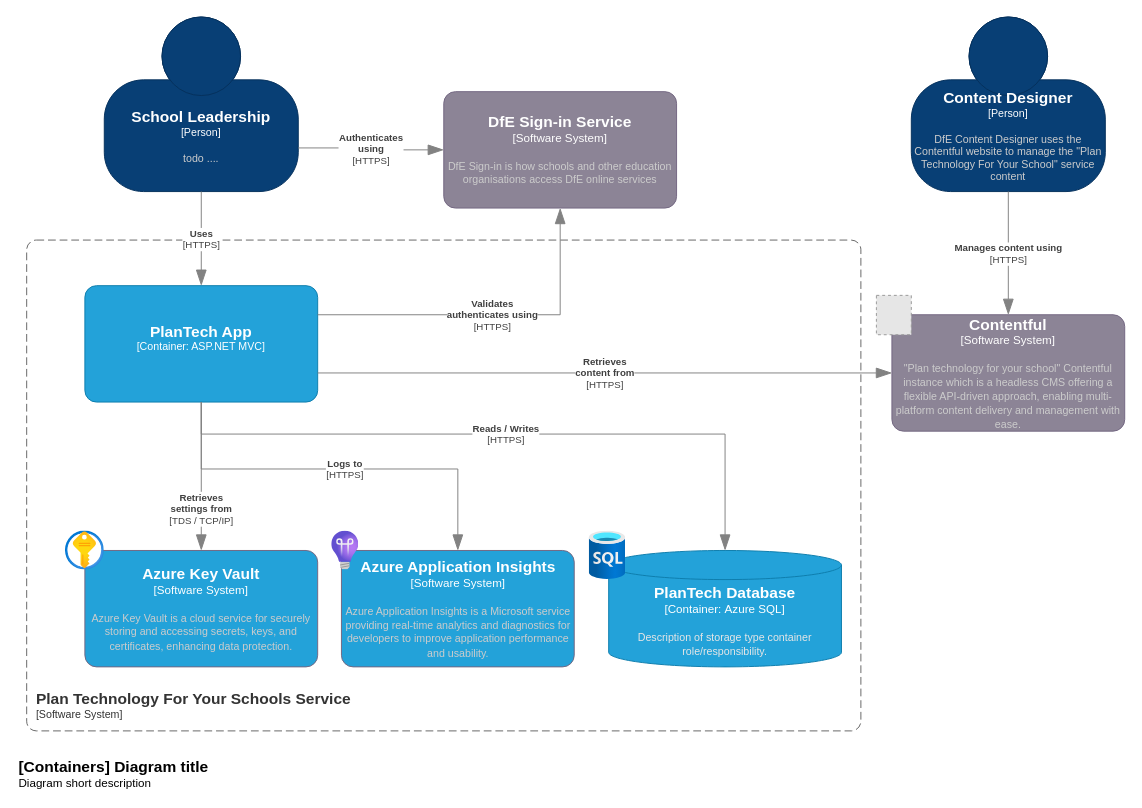
Earlier version of the draw.io diagram page "container-diagram" (2 of 3) of docs/diagrams/c4-model.drawio (DFE-Digital/sts-plan-technology-for-your-school). Source tidied: cells renumbered, new cells numbered last; positions are measured from the earlier drawing's top-left corner, leaving out a move shared by most shapes. Both pictures are drawn from the tidied source at 97%, with x=0, y=0 at pixel (16, 16). Pictures stored in the file or linked from it are replaced by grey dashed boxes.
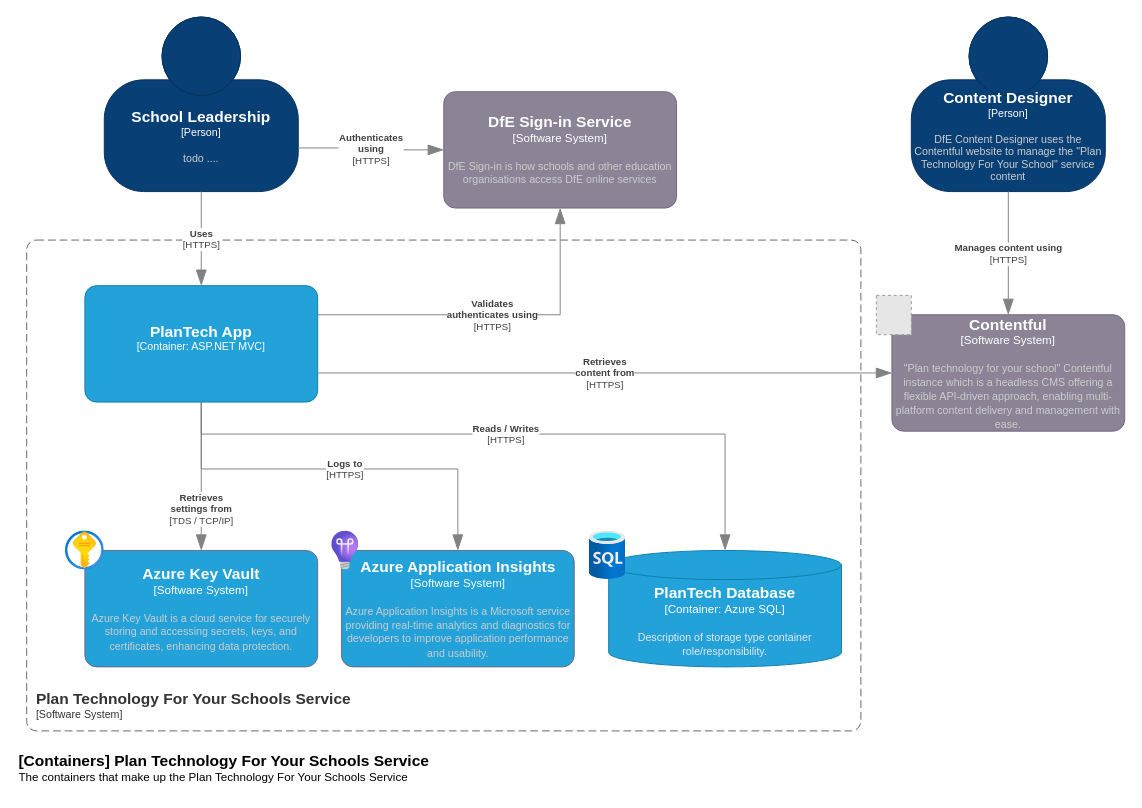
The same page after the edit.

Commit message (it also covers changes not shown here):
added diagram descriptions

The edit, as a diff of the source:
```diff
@@
-    <object id="22" label="&lt;font style=&quot;font-size: 16px&quot;&gt;&lt;b&gt;&lt;div style=&quot;text-align: left&quot;&gt;%c4Name%&lt;/div&gt;&lt;/b&gt;&lt;/font&gt;&lt;div style=&quot;text-align: left&quot;&gt;%c4Description%&lt;/div&gt;" c4Description="Diagram short description" c4Name="[Containers] Diagram title" placeholders="1">
+    <object id="22" label="&lt;font style=&quot;font-size: 16px&quot;&gt;&lt;b&gt;&lt;div style=&quot;text-align: left&quot;&gt;%c4Name%&lt;/div&gt;&lt;/b&gt;&lt;/font&gt;&lt;div style=&quot;text-align: left&quot;&gt;%c4Description%&lt;/div&gt;" c4Description="The containers that make up the Plan Technology For Your Schools Service" c4Name="[Containers] Plan Technology For Your Schools Service" placeholders="1">
       <mxCell style="text;html=1;strokeColor=none;fillColor=none;align=left;verticalAlign=top;whiteSpace=wrap;rounded=0;" parent="1" vertex="1">
-        <mxGeometry y="757" width="260" height="40" as="geometry" />
+        <mxGeometry y="751" width="440" height="40" as="geometry" />
       </mxCell>
     </object>
```
